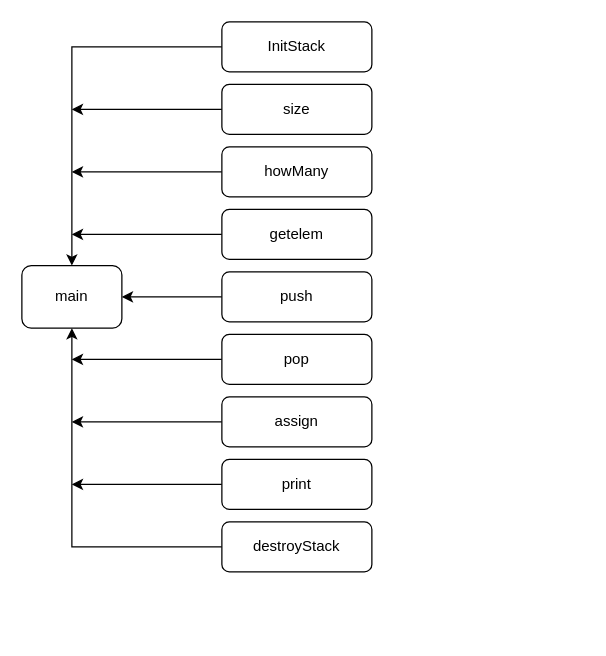
Earlier version of the draw.io diagram Untitled Diagram.drawio (MasterBang1/c). Source tidied: cells renumbered, new cells numbered last; positions are measured from the earlier drawing's top-left corner, leaving out a move shared by most shapes. Both pictures are drawn from the tidied source at 125%, with x=0, y=0 at pixel (21, 21).
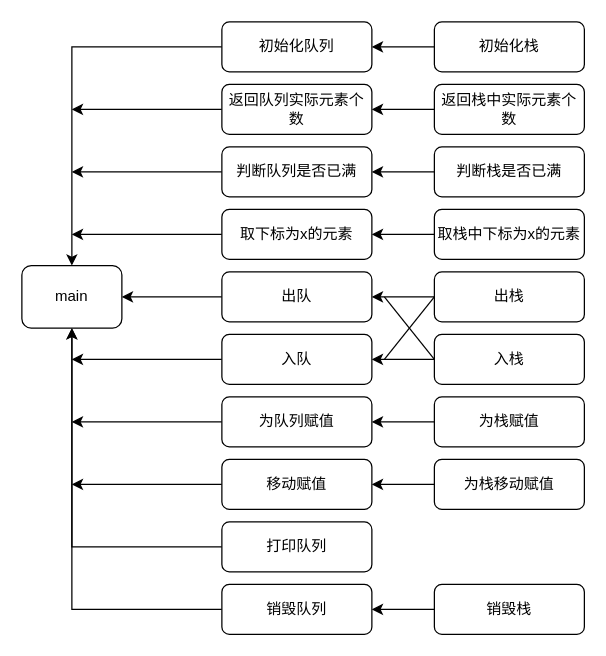
The same page after the edit.

Unchanged cells that the change refers to:
```xml
<mxCell id="2" value="main" style="rounded=1;whiteSpace=wrap;html=1;" parent="1" vertex="1">
  <mxGeometry y="195" width="80" height="50" as="geometry" />
</mxCell>
```

What changed in the source:
```diff
@@
-    <mxCell id="4" value="push" style="rounded=1;whiteSpace=wrap;html=1;" parent="1" vertex="1">
+    <mxCell id="4" value="出队" style="rounded=1;whiteSpace=wrap;html=1;" parent="1" vertex="1">
       <mxGeometry x="160" y="200" width="120" height="40" as="geometry" />
     </mxCell>
@@
-    <mxCell id="6" value="pop" style="rounded=1;whiteSpace=wrap;html=1;" parent="1" vertex="1">
+    <mxCell id="6" value="入队" style="rounded=1;whiteSpace=wrap;html=1;" parent="1" vertex="1">
       <mxGeometry x="160" y="250" width="120" height="40" as="geometry" />
     </mxCell>
@@
-    <mxCell id="8" value="getelem" style="rounded=1;whiteSpace=wrap;html=1;" parent="1" vertex="1">
+    <mxCell id="8" value="取下标为x的元素" style="rounded=1;whiteSpace=wrap;html=1;" parent="1" vertex="1">
       <mxGeometry x="160" y="150" width="120" height="40" as="geometry" />
     </mxCell>
@@
-    <mxCell id="10" value="size" style="rounded=1;whiteSpace=wrap;html=1;" parent="1" vertex="1">
+    <mxCell id="10" value="返回队列实际元素个数" style="rounded=1;whiteSpace=wrap;html=1;" parent="1" vertex="1">
       <mxGeometry x="160" y="50" width="120" height="40" as="geometry" />
     </mxCell>
@@
-    <mxCell id="12" value="howMany" style="rounded=1;whiteSpace=wrap;html=1;" parent="1" vertex="1">
+    <mxCell id="12" value="判断队列是否已满" style="rounded=1;whiteSpace=wrap;html=1;" parent="1" vertex="1">
       <mxGeometry x="160" y="100" width="120" height="40" as="geometry" />
     </mxCell>
@@
-    <mxCell id="14" value="InitStack" style="rounded=1;whiteSpace=wrap;html=1;" parent="1" vertex="1">
+    <mxCell id="14" value="初始化队列" style="rounded=1;whiteSpace=wrap;html=1;" parent="1" vertex="1">
       <mxGeometry x="160" width="120" height="40" as="geometry" />
     </mxCell>
@@
-    <mxCell id="16" value="print" style="rounded=1;whiteSpace=wrap;html=1;" parent="1" vertex="1">
+    <mxCell id="16" value="移动赋值" style="rounded=1;whiteSpace=wrap;html=1;" parent="1" vertex="1">
       <mxGeometry x="160" y="350" width="120" height="40" as="geometry" />
     </mxCell>
@@
-    <mxCell id="18" value="destroyStack" style="rounded=1;whiteSpace=wrap;html=1;" parent="1" vertex="1">
+    <mxCell id="18" value="打印队列" style="rounded=1;whiteSpace=wrap;html=1;" parent="1" vertex="1">
       <mxGeometry x="160" y="400" width="120" height="40" as="geometry" />
     </mxCell>
@@
-    <mxCell id="20" value="assign" style="rounded=1;whiteSpace=wrap;html=1;" parent="1" vertex="1">
+    <mxCell id="20" value="为队列赋值" style="rounded=1;whiteSpace=wrap;html=1;" parent="1" vertex="1">
       <mxGeometry x="160" y="300" width="120" height="40" as="geometry" />
     </mxCell>
+    <mxCell id="21" style="edgeStyle=orthogonalEdgeStyle;rounded=0;jettySize=auto;html=1;exitX=0;exitY=0.5;exitDx=0;exitDy=0;entryX=0.5;entryY=1;entryDx=0;entryDy=0;" parent="1" edge="1" source="22" target="2">
+      <mxGeometry relative="1" as="geometry" />
+    </mxCell>
+    <mxCell id="22" value="销毁队列" style="rounded=1;whiteSpace=wrap;html=1;" parent="1" vertex="1">
+      <mxGeometry x="160" y="450" width="120" height="40" as="geometry" />
+    </mxCell>
+    <mxCell id="23" style="edgeStyle=orthogonalEdgeStyle;rounded=0;jettySize=auto;html=1;" parent="1" edge="1" source="24" target="12">
+      <mxGeometry relative="1" as="geometry" />
+    </mxCell>
+    <mxCell id="24" value="判断栈是否已满" style="rounded=1;whiteSpace=wrap;html=1;" parent="1" vertex="1">
+      <mxGeometry x="330" y="100" width="120" height="40" as="geometry" />
+    </mxCell>
+    <mxCell id="25" style="edgeStyle=orthogonalEdgeStyle;rounded=0;jettySize=auto;html=1;" parent="1" edge="1" source="26" target="10">
+      <mxGeometry relative="1" as="geometry" />
+    </mxCell>
+    <mxCell id="26" value="返回栈中实际元素个数" style="rounded=1;whiteSpace=wrap;html=1;" parent="1" vertex="1">
+      <mxGeometry x="330" y="50" width="120" height="40" as="geometry" />
+    </mxCell>
+    <mxCell id="27" style="edgeStyle=orthogonalEdgeStyle;rounded=0;jettySize=auto;html=1;" parent="1" edge="1" source="28" target="8">
+      <mxGeometry relative="1" as="geometry" />
+    </mxCell>
+    <mxCell id="28" value="取栈中下标为x的元素" style="rounded=1;whiteSpace=wrap;html=1;" parent="1" vertex="1">
+      <mxGeometry x="330" y="150" width="120" height="40" as="geometry" />
+    </mxCell>
+    <mxCell id="29" style="edgeStyle=orthogonalEdgeStyle;rounded=0;jettySize=auto;html=1;" parent="1" edge="1" source="30" target="4">
+      <mxGeometry relative="1" as="geometry" />
+    </mxCell>
+    <mxCell id="30" value="出栈" style="rounded=1;whiteSpace=wrap;html=1;" parent="1" vertex="1">
+      <mxGeometry x="330" y="200" width="120" height="40" as="geometry" />
+    </mxCell>
+    <mxCell id="31" style="edgeStyle=orthogonalEdgeStyle;rounded=0;jettySize=auto;html=1;" parent="1" edge="1" source="32" target="6">
+      <mxGeometry relative="1" as="geometry" />
+    </mxCell>
+    <mxCell id="32" value="入栈" style="rounded=1;whiteSpace=wrap;html=1;" parent="1" vertex="1">
+      <mxGeometry x="330" y="250" width="120" height="40" as="geometry" />
+    </mxCell>
+    <mxCell id="33" style="edgeStyle=orthogonalEdgeStyle;rounded=0;jettySize=auto;html=1;" parent="1" edge="1" source="34" target="20">
+      <mxGeometry relative="1" as="geometry" />
+    </mxCell>
+    <mxCell id="34" value="为栈赋值" style="rounded=1;whiteSpace=wrap;html=1;" parent="1" vertex="1">
+      <mxGeometry x="330" y="300" width="120" height="40" as="geometry" />
+    </mxCell>
+    <mxCell id="35" style="edgeStyle=orthogonalEdgeStyle;rounded=0;jettySize=auto;html=1;" parent="1" edge="1" source="36" target="16">
+      <mxGeometry relative="1" as="geometry" />
+    </mxCell>
+    <mxCell id="36" value="为栈移动赋值" style="rounded=1;whiteSpace=wrap;html=1;" parent="1" vertex="1">
+      <mxGeometry x="330" y="350" width="120" height="40" as="geometry" />
+    </mxCell>
+    <mxCell id="37" style="edgeStyle=orthogonalEdgeStyle;rounded=0;jettySize=auto;html=1;" parent="1" edge="1" source="38" target="14">
+      <mxGeometry relative="1" as="geometry" />
+    </mxCell>
+    <mxCell id="38" value="初始化栈" style="rounded=1;whiteSpace=wrap;html=1;" parent="1" vertex="1">
+      <mxGeometry x="330" width="120" height="40" as="geometry" />
+    </mxCell>
+    <mxCell id="39" style="edgeStyle=orthogonalEdgeStyle;rounded=0;jettySize=auto;html=1;" parent="1" edge="1" source="40" target="22">
+      <mxGeometry relative="1" as="geometry" />
+    </mxCell>
+    <mxCell id="40" value="销毁栈" style="rounded=1;whiteSpace=wrap;html=1;" parent="1" vertex="1">
+      <mxGeometry x="330" y="450" width="120" height="40" as="geometry" />
+    </mxCell>
+    <mxCell id="41" style="endArrow=none;html=1;exitX=0;exitY=0.5;exitDx=0;exitDy=0;" parent="1" edge="1" source="32">
+      <mxGeometry relative="1" as="geometry">
+        <mxPoint x="290" y="220" as="targetPoint" />
+      </mxGeometry>
+    </mxCell>
+    <mxCell id="42" style="endArrow=none;html=1;entryX=0;entryY=0.5;entryDx=0;entryDy=0;" parent="1" edge="1" target="30">
+      <mxGeometry relative="1" as="geometry">
+        <mxPoint x="290" y="270" as="sourcePoint" />
+      </mxGeometry>
+    </mxCell>
```
